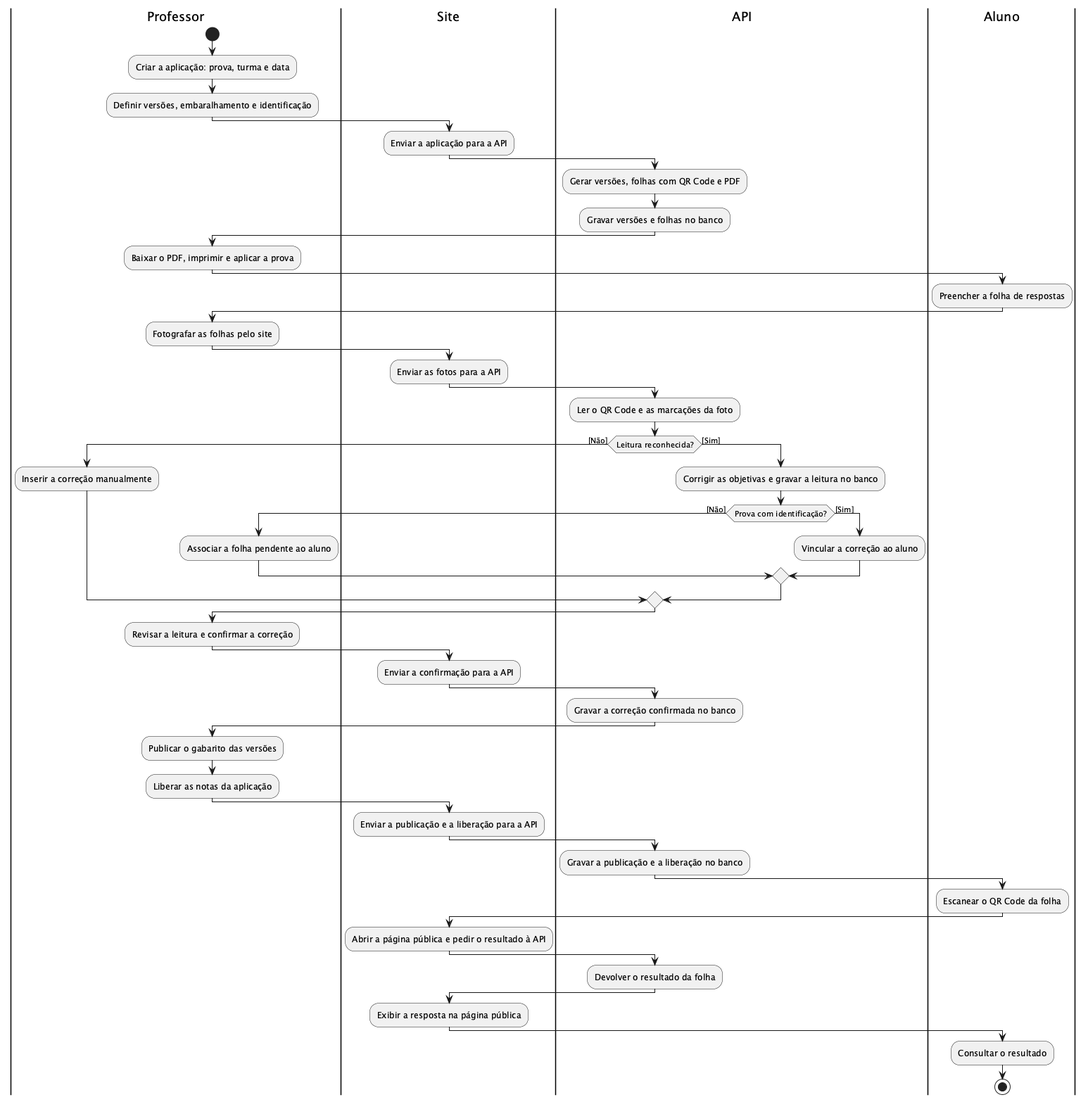
The PlantUML diagram docs/uml/activity-diagram/activity-diagram-step-3.png in PrieTorres/correctio-app, before a commit.
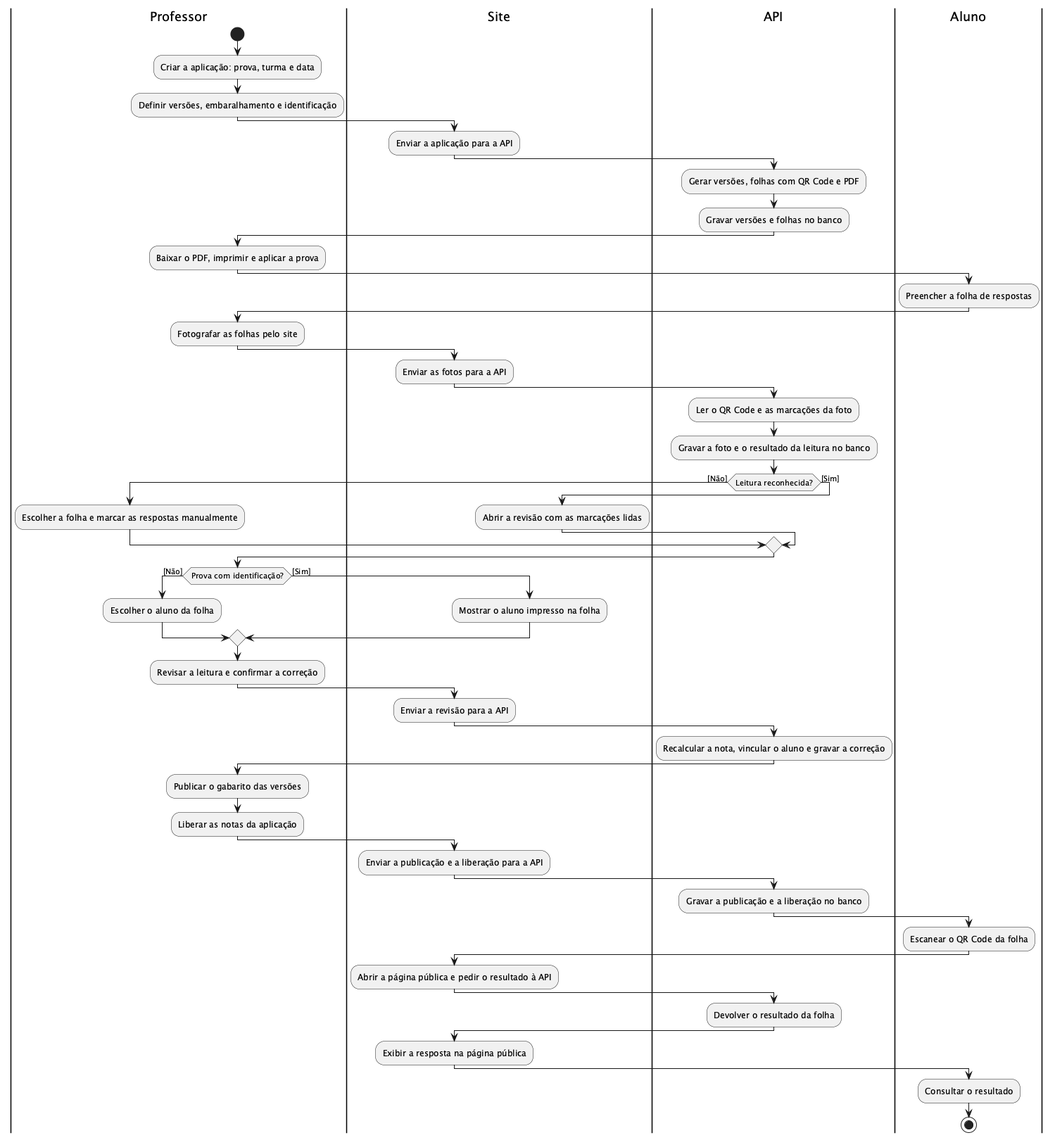
The same file after the commit.

The edit, as a diff of the source:
```diff
@@ -26,26 +26,27 @@
 :Enviar as fotos para a API;
 |API|
 :Ler o QR Code e as marcações da foto;
+:Gravar a foto e o resultado da leitura no banco;
 if (Leitura reconhecida?) then ([Não])
   |Professor|
-  :Inserir a correção manualmente;
+  :Escolher a folha e marcar as respostas manualmente;
 else ([Sim])
-  |API|
-  :Corrigir as objetivas e gravar a leitura no banco;
-  if (Prova com identificação?) then ([Não])
-    |Professor|
-    :Associar a folha pendente ao aluno;
-  else ([Sim])
-    |API|
-    :Vincular a correção ao aluno;
-  endif
+  |Site|
+  :Abrir a revisão com as marcações lidas;
+endif
+|Professor|
+if (Prova com identificação?) then ([Não])
+  :Escolher o aluno da folha;
+else ([Sim])
+  |Site|
+  :Mostrar o aluno impresso na folha;
 endif
 |Professor|
 :Revisar a leitura e confirmar a correção;
 |Site|
-:Enviar a confirmação para a API;
+:Enviar a revisão para a API;
 |API|
-:Gravar a correção confirmada no banco;
+:Recalcular a nota, vincular o aluno e gravar a correção;
 |Professor|
 :Publicar o gabarito das versões;
 :Liberar as notas da aplicação;
```
